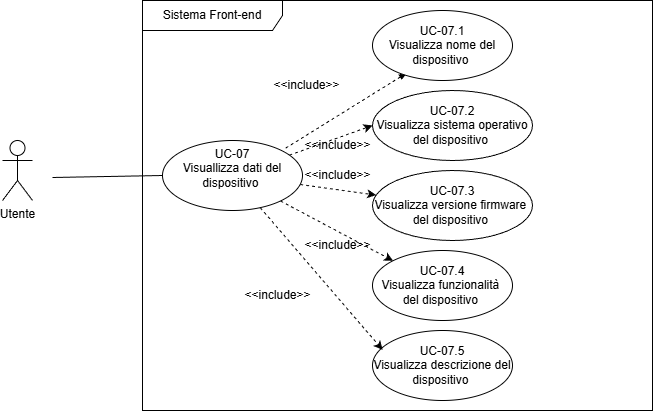
The draw.io diagram src/RTB/DocumentazioneEsterna/Analisi_dei_Requisiti/immagini/UC07.drawio.png in GroupRubberDuck/Documentazione, before a commit. Source tidied: cells renumbered, new cells last; positions are measured from the earlier drawing's top-left corner, leaving out a move shared by most shapes.
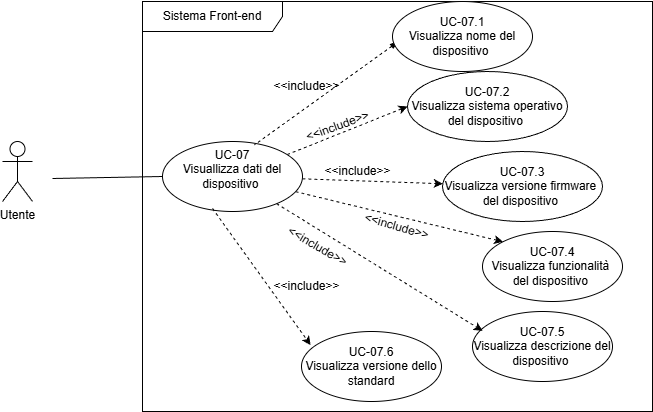
After the change.

The edit, as a diff of the source:
```diff
@@ -25,44 +25,54 @@
     <mxCell id="8" value="Utente" style="shape=umlActor;verticalLabelPosition=bottom;verticalAlign=top;html=1;" parent="1" vertex="1">
       <mxGeometry y="140" width="30" height="60" as="geometry" />
     </mxCell>
-    <mxCell id="9" style="edgeStyle=none;html=1;startArrow=blockThin;startFill=1;endArrow=none;endFill=0;dashed=1;" parent="1" edge="1">
+    <mxCell id="9" style="edgeStyle=none;html=1;startArrow=blockThin;startFill=1;endArrow=none;endFill=0;dashed=1;entryX=0.657;entryY=0.048;entryDx=0;entryDy=0;entryPerimeter=0;" parent="1" edge="1" target="7">
       <mxGeometry relative="1" as="geometry">
-        <mxPoint x="404.8" y="72.1" as="sourcePoint" />
-        <mxPoint x="283" y="147.8" as="targetPoint" />
+        <mxPoint x="395.9" y="40" as="sourcePoint" />
       </mxGeometry>
     </mxCell>
     <mxCell id="10" value="&lt;div&gt;&lt;br&gt;&lt;/div&gt;UC-07.1&lt;div&gt;&lt;div&gt;&lt;font color=&quot;#000000&quot;&gt;Visualizza nome del dispositivo&amp;nbsp;&lt;br&gt;&lt;/font&gt;&lt;div&gt;&lt;br&gt;&lt;/div&gt;&lt;/div&gt;&lt;/div&gt;" style="ellipse;whiteSpace=wrap;html=1;" parent="1" vertex="1">
-      <mxGeometry x="370" y="10" width="140" height="70" as="geometry" />
+      <mxGeometry x="390" width="140" height="70" as="geometry" />
     </mxCell>
     <mxCell id="11" value="&lt;div&gt;&lt;br&gt;&lt;/div&gt;UC-07.2&lt;div&gt;&lt;div&gt;&lt;font color=&quot;#000000&quot;&gt;Visualizza sistema operativo del dispositivo&amp;nbsp;&lt;br&gt;&lt;/font&gt;&lt;div&gt;&lt;br&gt;&lt;/div&gt;&lt;/div&gt;&lt;/div&gt;" style="ellipse;whiteSpace=wrap;html=1;" parent="1" vertex="1">
-      <mxGeometry x="370" y="90" width="160" height="70" as="geometry" />
+      <mxGeometry x="405" y="70" width="160" height="70" as="geometry" />
     </mxCell>
     <mxCell id="12" value="&lt;div&gt;&lt;br&gt;&lt;/div&gt;UC-07.3&lt;div&gt;&lt;div&gt;&lt;font color=&quot;#000000&quot;&gt;Visualizza versione firmware&amp;nbsp; del dispositivo&amp;nbsp;&lt;br&gt;&lt;/font&gt;&lt;div&gt;&lt;br&gt;&lt;/div&gt;&lt;/div&gt;&lt;/div&gt;" style="ellipse;whiteSpace=wrap;html=1;" parent="1" vertex="1">
-      <mxGeometry x="370" y="170" width="160" height="70" as="geometry" />
+      <mxGeometry x="440" y="150" width="160" height="70" as="geometry" />
     </mxCell>
     <mxCell id="13" value="&lt;div&gt;&lt;br&gt;&lt;/div&gt;UC-07.4&lt;div&gt;&lt;div&gt;&lt;font color=&quot;#000000&quot;&gt;Visualizza funzionalità&amp;nbsp; del dispositivo&amp;nbsp;&lt;br&gt;&lt;/font&gt;&lt;div&gt;&lt;br&gt;&lt;/div&gt;&lt;/div&gt;&lt;/div&gt;" style="ellipse;whiteSpace=wrap;html=1;" parent="1" vertex="1">
-      <mxGeometry x="370" y="250" width="140" height="70" as="geometry" />
+      <mxGeometry x="480" y="230" width="140" height="70" as="geometry" />
     </mxCell>
     <mxCell id="14" value="&lt;div&gt;&lt;br&gt;&lt;/div&gt;UC-07.5&lt;div&gt;&lt;div&gt;&lt;font color=&quot;#000000&quot;&gt;Visualizza descrizione del dispositivo&amp;nbsp;&lt;br&gt;&lt;/font&gt;&lt;div&gt;&lt;br&gt;&lt;/div&gt;&lt;/div&gt;&lt;/div&gt;" style="ellipse;whiteSpace=wrap;html=1;" parent="1" vertex="1">
-      <mxGeometry x="370" y="330" width="140" height="70" as="geometry" />
+      <mxGeometry x="470" y="310" width="140" height="70" as="geometry" />
     </mxCell>
     <mxCell id="15" style="edgeStyle=none;html=1;entryX=0.072;entryY=0.276;entryDx=0;entryDy=0;entryPerimeter=0;dashed=1;" parent="1" edge="1" source="7" target="14">
       <mxGeometry relative="1" as="geometry" />
     </mxCell>
     <mxCell id="16" value="&amp;lt;&amp;lt;include&amp;gt;&amp;gt;" style="text;html=1;align=center;verticalAlign=middle;strokeColor=none;fillColor=none;" parent="1" vertex="1">
-      <mxGeometry x="230" y="280" width="90" height="30" as="geometry" />
+      <mxGeometry x="259" y="270" width="90" height="30" as="geometry" />
     </mxCell>
     <mxCell id="17" value="&amp;lt;&amp;lt;include&amp;gt;&amp;gt;" style="text;html=1;align=center;verticalAlign=middle;strokeColor=none;fillColor=none;" parent="1" vertex="1">
       <mxGeometry x="259" y="70" width="90" height="30" as="geometry" />
     </mxCell>
-    <mxCell id="18" value="&amp;lt;&amp;lt;include&amp;gt;&amp;gt;" style="text;html=1;align=center;verticalAlign=middle;strokeColor=none;fillColor=none;" parent="1" vertex="1">
-      <mxGeometry x="290" y="230" width="90" height="30" as="geometry" />
+    <mxCell id="18" value="&amp;lt;&amp;lt;include&amp;gt;&amp;gt;" style="text;html=1;align=center;verticalAlign=middle;strokeColor=none;fillColor=none;rotation=16;" parent="1" vertex="1">
+      <mxGeometry x="349" y="210" width="90" height="30" as="geometry" />
     </mxCell>
     <mxCell id="19" value="&amp;lt;&amp;lt;include&amp;gt;&amp;gt;" style="text;html=1;align=center;verticalAlign=middle;strokeColor=none;fillColor=none;" parent="1" vertex="1">
-      <mxGeometry x="290" y="160" width="90" height="30" as="geometry" />
+      <mxGeometry x="310" y="155" width="90" height="30" as="geometry" />
     </mxCell>
-    <mxCell id="20" value="&amp;lt;&amp;lt;include&amp;gt;&amp;gt;" style="text;html=1;align=center;verticalAlign=middle;strokeColor=none;fillColor=none;" parent="1" vertex="1">
-      <mxGeometry x="290" y="130" width="90" height="30" as="geometry" />
+    <mxCell id="20" value="&amp;lt;&amp;lt;include&amp;gt;&amp;gt;" style="text;html=1;align=center;verticalAlign=middle;strokeColor=none;fillColor=none;rotation=-20;" parent="1" vertex="1">
+      <mxGeometry x="290" y="110" width="90" height="30" as="geometry" />
     </mxCell>
+    <mxCell id="21" value="&lt;div&gt;&lt;br&gt;&lt;/div&gt;UC-07.6&lt;div&gt;&lt;div&gt;&lt;font color=&quot;#000000&quot;&gt;Visualizza versione dello standard&lt;br&gt;&lt;/font&gt;&lt;div&gt;&lt;br&gt;&lt;/div&gt;&lt;/div&gt;&lt;/div&gt;" style="ellipse;whiteSpace=wrap;html=1;" parent="1" vertex="1">
+      <mxGeometry x="299" y="330" width="140" height="70" as="geometry" />
+    </mxCell>
+    <mxCell id="22" style="edgeStyle=none;html=1;entryX=0.065;entryY=0.193;entryDx=0;entryDy=0;entryPerimeter=0;dashed=1;" parent="1" edge="1" target="21">
+      <mxGeometry relative="1" as="geometry">
+        <mxPoint x="210" y="207" as="sourcePoint" />
+      </mxGeometry>
+    </mxCell>
+    <mxCell id="23" value="&amp;lt;&amp;lt;include&amp;gt;&amp;gt;" style="text;html=1;align=center;verticalAlign=middle;strokeColor=none;fillColor=none;rotation=30;" parent="1" vertex="1">
+      <mxGeometry x="270" y="230" width="90" height="30" as="geometry" />
+    </mxCell>
   </root>
 </mxGraphModel>
```
